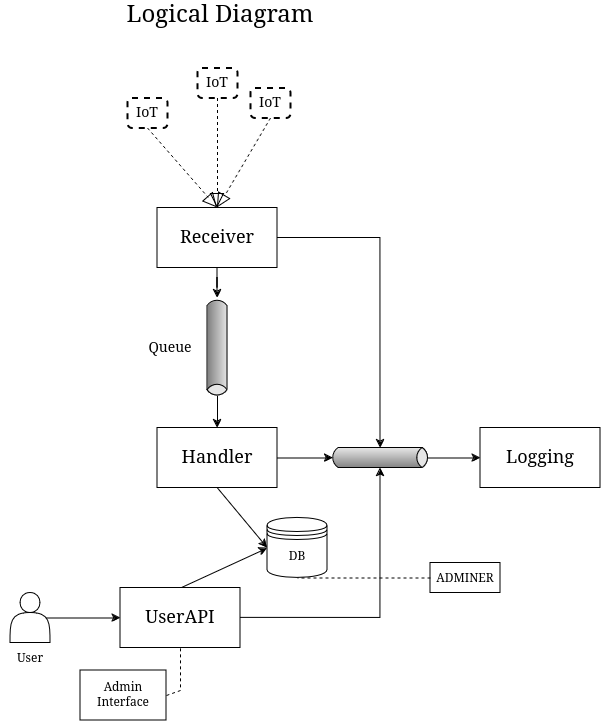
kaiosatiro/iot_server keeps this draw.io diagram as doc/logic_diagram.png. Above is the earlier version. Source tidied: cells renumbered, new cells last; positions are measured from the earlier drawing's top-left corner, leaving out a move shared by most shapes.
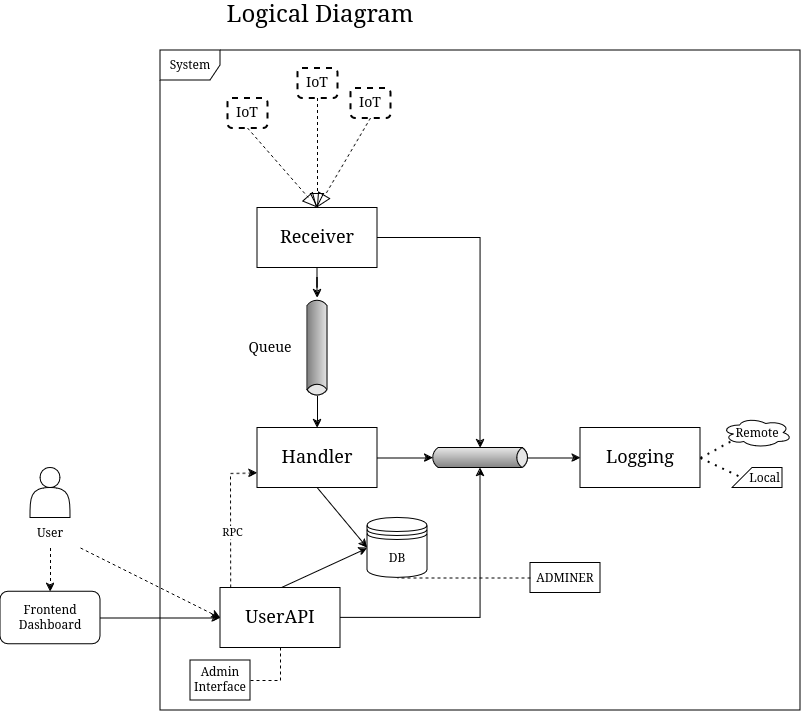
After the commit.

What changed in the source:
```diff
@@ -1,13 +1,13 @@
 <mxGraphModel>
   <root>
-    <mxCell id="0" style="html=1;" />
+    <mxCell id="0" />
-    <mxCell id="1" style="html=1;" parent="0" />
+    <mxCell id="1" parent="0" />
     <mxCell id="2" value="DB" style="shape=datastore;whiteSpace=wrap;html=1;" parent="1" vertex="1">
       <mxGeometry x="267" y="517.5" width="60" height="60" as="geometry" />
     </mxCell>
-    <mxCell id="3" style="edgeStyle=orthogonalEdgeStyle;rounded=0;jettySize=auto;html=1;" parent="1" edge="1" source="4" target="15">
-      <mxGeometry relative="1" as="geometry" />
-    </mxCell>
+    <mxCell id="32" style="edgeStyle=orthogonalEdgeStyle;rounded=0;jettySize=auto;html=1;" parent="1" edge="1" source="4" target="37">
+      <mxGeometry relative="1" as="geometry" />
+    </mxCell>
     <mxCell id="4" value="&lt;font style=&quot;font-size: 18px;&quot;&gt;Receiver&lt;/font&gt;" style="rounded=0;whiteSpace=wrap;html=1;" parent="1" vertex="1">
       <mxGeometry x="157" y="207.5" width="120" height="60" as="geometry" />
     </mxCell>
@@ -26,67 +26,64 @@
     <mxCell id="9" value="&lt;font style=&quot;font-size: 18px;&quot;&gt;Logging&lt;/font&gt;" style="rounded=0;whiteSpace=wrap;html=1;" parent="1" vertex="1">
       <mxGeometry x="480" y="427.5" width="120" height="60" as="geometry" />
     </mxCell>
-    <mxCell id="10" style="edgeStyle=orthogonalEdgeStyle;rounded=0;jettySize=auto;html=1;exitX=0.9;exitY=0.5;exitDx=0;exitDy=0;exitPerimeter=0;entryX=0;entryY=0.5;entryDx=0;entryDy=0;" parent="1" edge="1" source="11" target="6">
-      <mxGeometry relative="1" as="geometry" />
-    </mxCell>
-    <mxCell id="11" style="shape=actor;whiteSpace=wrap;html=1;" parent="1" vertex="1">
-      <mxGeometry x="10" y="592.5" width="40" height="50" as="geometry" />
-    </mxCell>
-    <mxCell id="12" style="edgeStyle=orthogonalEdgeStyle;rounded=0;jettySize=auto;html=1;exitX=1;exitY=0.5;exitDx=-2.7;exitDy=0;exitPerimeter=0;" parent="1" edge="1" source="13" target="9">
-      <mxGeometry relative="1" as="geometry" />
-    </mxCell>
-    <mxCell id="13" style="strokeWidth=1;outlineConnect=0;dashed=0;align=center;fontSize=8;shape=mxgraph.eip.messageChannel;html=1;verticalLabelPosition=bottom;verticalAlign=top;" parent="1" vertex="1">
-      <mxGeometry x="330" y="447.5" width="100" height="20" as="geometry" />
-    </mxCell>
-    <mxCell id="14" style="edgeStyle=orthogonalEdgeStyle;rounded=0;jettySize=auto;html=1;exitX=1;exitY=0.5;exitDx=-2.7;exitDy=0;exitPerimeter=0;entryX=0.5;entryY=0;entryDx=0;entryDy=0;" parent="1" edge="1" source="15" target="8">
-      <mxGeometry relative="1" as="geometry" />
-    </mxCell>
-    <mxCell id="15" style="strokeWidth=1;outlineConnect=0;dashed=0;align=center;fontSize=8;shape=mxgraph.eip.messageChannel;html=1;verticalLabelPosition=bottom;verticalAlign=top;rotation=90;" parent="1" vertex="1">
-      <mxGeometry x="167" y="337.5" width="100" height="20" as="geometry" />
-    </mxCell>
+    <mxCell id="33" style="shape=actor;whiteSpace=wrap;html=1;" parent="1" vertex="1">
+      <mxGeometry x="-70" y="467.5" width="40" height="50" as="geometry" />
+    </mxCell>
+    <mxCell id="34" style="edgeStyle=orthogonalEdgeStyle;rounded=0;jettySize=auto;html=1;exitX=1;exitY=0.5;exitDx=-2.7;exitDy=0;exitPerimeter=0;" parent="1" edge="1" source="35" target="9">
+      <mxGeometry relative="1" as="geometry" />
+    </mxCell>
+    <mxCell id="35" style="strokeWidth=1;outlineConnect=0;dashed=0;align=center;fontSize=8;shape=mxgraph.eip.messageChannel;html=1;verticalLabelPosition=bottom;verticalAlign=top;" parent="1" vertex="1">
+      <mxGeometry x="330" y="447.5" width="100" height="20" as="geometry" />
+    </mxCell>
+    <mxCell id="36" style="edgeStyle=orthogonalEdgeStyle;rounded=0;jettySize=auto;html=1;exitX=1;exitY=0.5;exitDx=-2.7;exitDy=0;exitPerimeter=0;entryX=0.5;entryY=0;entryDx=0;entryDy=0;" parent="1" edge="1" source="37" target="8">
+      <mxGeometry relative="1" as="geometry" />
+    </mxCell>
+    <mxCell id="37" style="strokeWidth=1;outlineConnect=0;dashed=0;align=center;fontSize=8;shape=mxgraph.eip.messageChannel;html=1;verticalLabelPosition=bottom;verticalAlign=top;rotation=90;" parent="1" vertex="1">
+      <mxGeometry x="167" y="337.5" width="100" height="20" as="geometry" />
+    </mxCell>
     <mxCell id="16" value="&lt;font style=&quot;font-size: 14px;&quot;&gt;Queue&lt;/font&gt;" style="text;html=1;align=center;verticalAlign=middle;whiteSpace=wrap;rounded=0;" parent="1" vertex="1">
       <mxGeometry x="140" y="332.5" width="60" height="30" as="geometry" />
     </mxCell>
     <mxCell id="17" value="User" style="text;html=1;align=center;verticalAlign=middle;whiteSpace=wrap;rounded=0;" parent="1" vertex="1">
-      <mxGeometry y="642.5" width="60" height="30" as="geometry" />
+      <mxGeometry x="-80" y="517.5" width="60" height="30" as="geometry" />
     </mxCell>
-    <mxCell id="18" style="edgeStyle=none;html=1;endSize=12;endArrow=block;endFill=0;dashed=1;rounded=0;exitX=0.5;exitY=1;exitDx=0;exitDy=0;entryX=0.5;entryY=0;entryDx=0;entryDy=0;" parent="1" edge="1" source="23" target="4">
-      <mxGeometry relative="1" as="geometry" />
-    </mxCell>
-    <mxCell id="19" style="edgeStyle=none;html=1;endSize=12;endArrow=block;endFill=0;dashed=1;rounded=0;exitX=0.5;exitY=1;exitDx=0;exitDy=0;entryX=0.5;entryY=0;entryDx=0;entryDy=0;" parent="1" edge="1" source="21" target="4">
-      <mxGeometry relative="1" as="geometry" />
-    </mxCell>
-    <mxCell id="20" style="edgeStyle=none;html=1;endSize=12;endArrow=block;endFill=0;dashed=1;rounded=0;exitX=0.5;exitY=1;exitDx=0;exitDy=0;entryX=0.5;entryY=0;entryDx=0;entryDy=0;" parent="1" edge="1" source="22" target="4">
-      <mxGeometry relative="1" as="geometry" />
-    </mxCell>
-    <mxCell id="21" value="&lt;font style=&quot;font-size: 14px;&quot;&gt;IoT&lt;/font&gt;" style="shape=rect;html=1;rounded=1;dashed=1;strokeWidth=2;verticalAlign=top;whiteSpace=wrap;align=center;" parent="1" vertex="1">
-      <mxGeometry x="127" y="97.5" width="40" height="30" as="geometry" />
-    </mxCell>
-    <mxCell id="22" value="&lt;font style=&quot;font-size: 14px;&quot;&gt;IoT&lt;/font&gt;" style="shape=rect;html=1;rounded=1;dashed=1;strokeWidth=2;verticalAlign=top;whiteSpace=wrap;align=center;" parent="1" vertex="1">
-      <mxGeometry x="197" y="67.5" width="40" height="30" as="geometry" />
-    </mxCell>
-    <mxCell id="23" value="&lt;font style=&quot;font-size: 14px;&quot;&gt;IoT&lt;/font&gt;" style="shape=rect;html=1;rounded=1;dashed=1;strokeWidth=2;verticalAlign=top;whiteSpace=wrap;align=center;" parent="1" vertex="1">
-      <mxGeometry x="250" y="87.5" width="40" height="30" as="geometry" />
-    </mxCell>
-    <mxCell id="24" style="edgeStyle=orthogonalEdgeStyle;rounded=0;jettySize=auto;html=1;exitX=1;exitY=0.5;exitDx=0;exitDy=0;entryX=0;entryY=0;entryDx=50;entryDy=0;entryPerimeter=0;" parent="1" edge="1" source="4" target="13">
-      <mxGeometry relative="1" as="geometry" />
-    </mxCell>
-    <mxCell id="25" style="edgeStyle=orthogonalEdgeStyle;rounded=0;jettySize=auto;html=1;exitX=1;exitY=0.5;exitDx=0;exitDy=0;entryX=0;entryY=0.5;entryDx=2.7;entryDy=0;entryPerimeter=0;" parent="1" edge="1" source="8" target="13">
-      <mxGeometry relative="1" as="geometry" />
-    </mxCell>
-    <mxCell id="26" style="edgeStyle=orthogonalEdgeStyle;rounded=0;jettySize=auto;html=1;exitX=1;exitY=0.5;exitDx=0;exitDy=0;entryX=0;entryY=1;entryDx=50;entryDy=0;entryPerimeter=0;" parent="1" edge="1" source="6" target="13">
-      <mxGeometry relative="1" as="geometry" />
-    </mxCell>
+    <mxCell id="38" style="edgeStyle=none;html=1;endSize=12;endArrow=block;endFill=0;dashed=1;rounded=0;exitX=0.5;exitY=1;exitDx=0;exitDy=0;entryX=0.5;entryY=0;entryDx=0;entryDy=0;" parent="1" edge="1" source="43" target="4">
+      <mxGeometry relative="1" as="geometry" />
+    </mxCell>
+    <mxCell id="39" style="edgeStyle=none;html=1;endSize=12;endArrow=block;endFill=0;dashed=1;rounded=0;exitX=0.5;exitY=1;exitDx=0;exitDy=0;entryX=0.5;entryY=0;entryDx=0;entryDy=0;" parent="1" edge="1" source="41" target="4">
+      <mxGeometry relative="1" as="geometry" />
+    </mxCell>
+    <mxCell id="40" style="edgeStyle=none;html=1;endSize=12;endArrow=block;endFill=0;dashed=1;rounded=0;exitX=0.5;exitY=1;exitDx=0;exitDy=0;entryX=0.5;entryY=0;entryDx=0;entryDy=0;" parent="1" edge="1" source="42" target="4">
+      <mxGeometry relative="1" as="geometry" />
+    </mxCell>
+    <mxCell id="41" value="&lt;font style=&quot;font-size: 14px;&quot;&gt;IoT&lt;/font&gt;" style="shape=rect;html=1;rounded=1;dashed=1;strokeWidth=2;verticalAlign=top;whiteSpace=wrap;align=center;" parent="1" vertex="1">
+      <mxGeometry x="127" y="97.5" width="40" height="30" as="geometry" />
+    </mxCell>
+    <mxCell id="42" value="&lt;font style=&quot;font-size: 14px;&quot;&gt;IoT&lt;/font&gt;" style="shape=rect;html=1;rounded=1;dashed=1;strokeWidth=2;verticalAlign=top;whiteSpace=wrap;align=center;" parent="1" vertex="1">
+      <mxGeometry x="197" y="67.5" width="40" height="30" as="geometry" />
+    </mxCell>
+    <mxCell id="43" value="&lt;font style=&quot;font-size: 14px;&quot;&gt;IoT&lt;/font&gt;" style="shape=rect;html=1;rounded=1;dashed=1;strokeWidth=2;verticalAlign=top;whiteSpace=wrap;align=center;" parent="1" vertex="1">
+      <mxGeometry x="250" y="87.5" width="40" height="30" as="geometry" />
+    </mxCell>
+    <mxCell id="44" style="edgeStyle=orthogonalEdgeStyle;rounded=0;jettySize=auto;html=1;exitX=1;exitY=0.5;exitDx=0;exitDy=0;entryX=0;entryY=0;entryDx=50;entryDy=0;entryPerimeter=0;" parent="1" edge="1" source="4" target="35">
+      <mxGeometry relative="1" as="geometry" />
+    </mxCell>
+    <mxCell id="45" style="edgeStyle=orthogonalEdgeStyle;rounded=0;jettySize=auto;html=1;exitX=1;exitY=0.5;exitDx=0;exitDy=0;entryX=0;entryY=0.5;entryDx=2.7;entryDy=0;entryPerimeter=0;" parent="1" edge="1" source="8" target="35">
+      <mxGeometry relative="1" as="geometry" />
+    </mxCell>
+    <mxCell id="46" style="edgeStyle=orthogonalEdgeStyle;rounded=0;jettySize=auto;html=1;exitX=1;exitY=0.5;exitDx=0;exitDy=0;entryX=0;entryY=1;entryDx=50;entryDy=0;entryPerimeter=0;" parent="1" edge="1" source="6" target="35">
+      <mxGeometry relative="1" as="geometry" />
+    </mxCell>
     <mxCell id="27" value="&lt;font style=&quot;font-size: 24px;&quot;&gt;Logical Diagram&lt;/font&gt;" style="text;html=1;align=center;verticalAlign=middle;whiteSpace=wrap;rounded=0;" parent="1" vertex="1">
       <mxGeometry x="110" width="220" height="30" as="geometry" />
     </mxCell>
     <mxCell id="28" value="Admin Interface" style="rounded=0;whiteSpace=wrap;html=1;" parent="1" vertex="1">
-      <mxGeometry x="80" y="670" width="86" height="50" as="geometry" />
+      <mxGeometry x="90" y="660" width="60" height="40" as="geometry" />
     </mxCell>
     <mxCell id="29" style="endArrow=none;dashed=1;html=1;rounded=0;entryX=0.5;entryY=1;entryDx=0;entryDy=0;exitX=1;exitY=0.5;exitDx=0;exitDy=0;" parent="1" edge="1" source="28" target="6">
       <mxGeometry relative="1" as="geometry">
         <Array as="points">
-          <mxPoint x="180" y="690" />
+          <mxPoint x="180" y="680" />
         </Array>
       </mxGeometry>
     </mxCell>
@@ -96,5 +93,42 @@
     <mxCell id="31" style="endArrow=none;dashed=1;html=1;rounded=0;entryX=0.5;entryY=1;entryDx=0;entryDy=0;exitX=0;exitY=0.5;exitDx=0;exitDy=0;" parent="1" edge="1" source="30" target="2">
       <mxGeometry relative="1" as="geometry" />
     </mxCell>
+    <mxCell id="47" style="endArrow=classic;dashed=1;html=1;rounded=0;entryX=0;entryY=0.75;entryDx=0;entryDy=0;exitX=0.085;exitY=-0.008;exitDx=0;exitDy=0;exitPerimeter=0;" parent="1" edge="1" source="6" target="8">
+      <mxGeometry relative="1" as="geometry">
+        <Array as="points">
+          <mxPoint x="130" y="473" />
+        </Array>
+      </mxGeometry>
+    </mxCell>
+    <mxCell id="48" value="&lt;div&gt;RPC&lt;/div&gt;" style="edgeLabel;html=1;align=center;verticalAlign=middle;" parent="47" vertex="1">
+      <mxGeometry x="-0.2" y="-1" relative="1" as="geometry" />
+    </mxCell>
+    <mxCell id="49" value="&lt;div align=&quot;right&quot;&gt;Local&lt;/div&gt;" style="shape=card;whiteSpace=wrap;html=1;align=right;size=20;" parent="1" vertex="1">
+      <mxGeometry x="632" y="467.5" width="50" height="20" as="geometry" />
+    </mxCell>
+    <mxCell id="50" value="Remote" style="ellipse;shape=cloud;whiteSpace=wrap;html=1;" parent="1" vertex="1">
+      <mxGeometry x="622" y="417.5" width="70" height="30" as="geometry" />
+    </mxCell>
+    <mxCell id="51" style="endArrow=none;dashed=1;html=1;dashPattern=1 3;strokeWidth=2;rounded=0;entryX=0.13;entryY=0.77;entryDx=0;entryDy=0;entryPerimeter=0;exitX=1;exitY=0.5;exitDx=0;exitDy=0;" parent="1" edge="1" source="9" target="50">
+      <mxGeometry relative="1" as="geometry" />
+    </mxCell>
+    <mxCell id="52" style="endArrow=none;dashed=1;html=1;dashPattern=1 3;strokeWidth=2;rounded=0;entryX=0;entryY=0;entryDx=10;entryDy=10;entryPerimeter=0;exitX=1;exitY=0.5;exitDx=0;exitDy=0;" parent="1" edge="1" source="9" target="49">
+      <mxGeometry relative="1" as="geometry" />
+    </mxCell>
+    <mxCell id="53" value="System" style="shape=umlFrame;whiteSpace=wrap;html=1;" parent="1" vertex="1">
+      <mxGeometry x="60" y="50" width="640" height="660" as="geometry" />
+    </mxCell>
+    <mxCell id="54" value="Frontend Dashboard" style="rounded=1;whiteSpace=wrap;html=1;" parent="1" vertex="1">
+      <mxGeometry x="-100" y="591.2" width="100" height="52.5" as="geometry" />
+    </mxCell>
+    <mxCell id="55" style="endArrow=classic;dashed=1;html=1;rounded=0;exitX=1;exitY=1;exitDx=0;exitDy=0;entryX=0;entryY=0.5;entryDx=0;entryDy=0;" parent="1" edge="1" source="17" target="6">
+      <mxGeometry relative="1" as="geometry" />
+    </mxCell>
+    <mxCell id="56" style="endArrow=classic;html=1;dashed=1;rounded=0;exitX=0.5;exitY=1;exitDx=0;exitDy=0;entryX=0.5;entryY=0;entryDx=0;entryDy=0;" parent="1" edge="1" source="17" target="54">
+      <mxGeometry relative="1" as="geometry" />
+    </mxCell>
+    <mxCell id="57" style="endArrow=classic;html=1;rounded=0;exitX=1;exitY=0.5;exitDx=0;exitDy=0;entryX=0;entryY=0.5;entryDx=0;entryDy=0;" parent="1" edge="1" source="54" target="6">
+      <mxGeometry relative="1" as="geometry" />
+    </mxCell>
   </root>
 </mxGraphModel>
```
